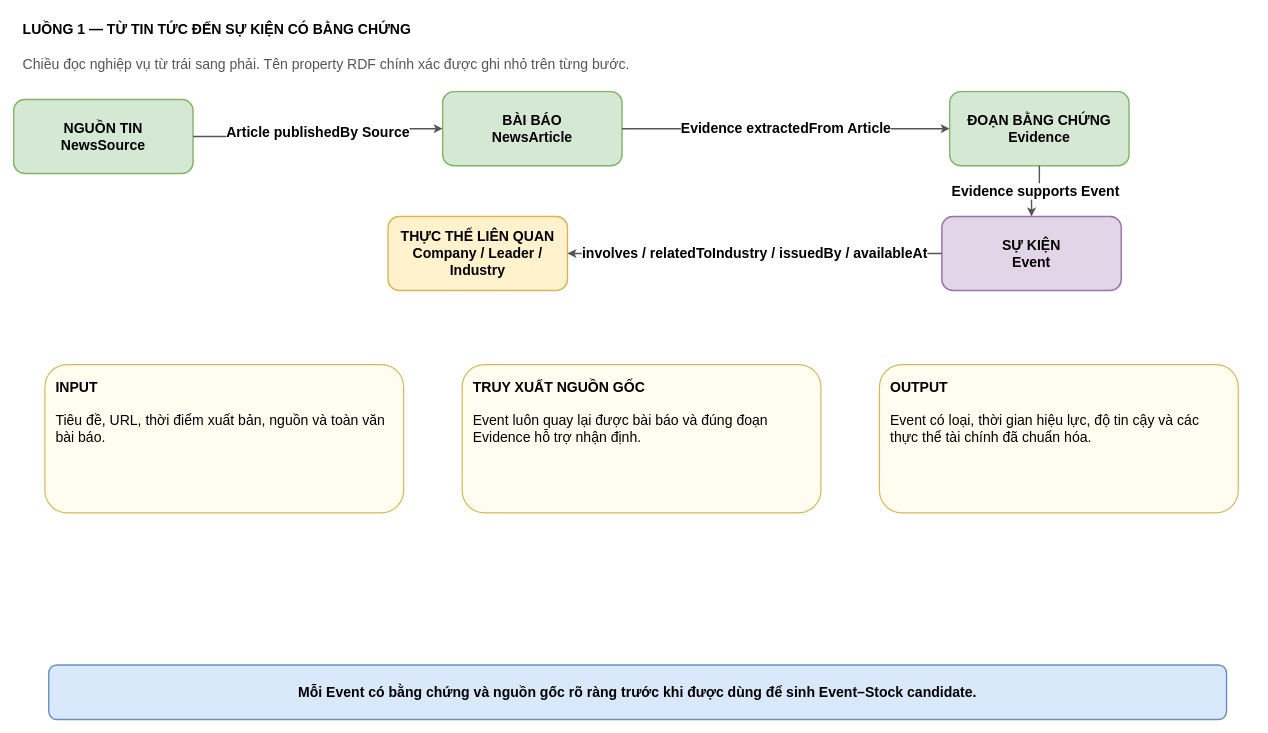
The draw.io diagram page "02-Tin tức đến sự kiện" (3 of 7) of chỉnh sửa mới nhất - 01-10/master_thesis_v1_synced_01-10.drawio.xml in Lequynhlan/master_thesis_draf, before the edit. Source tidied: cells renumbered, new cells numbered last; positions are measured from the earlier drawing's top-left corner, leaving out a move shared by most shapes. Both pictures are drawn from the tidied source at 78%, with x=0, y=0 at pixel (13, 13).
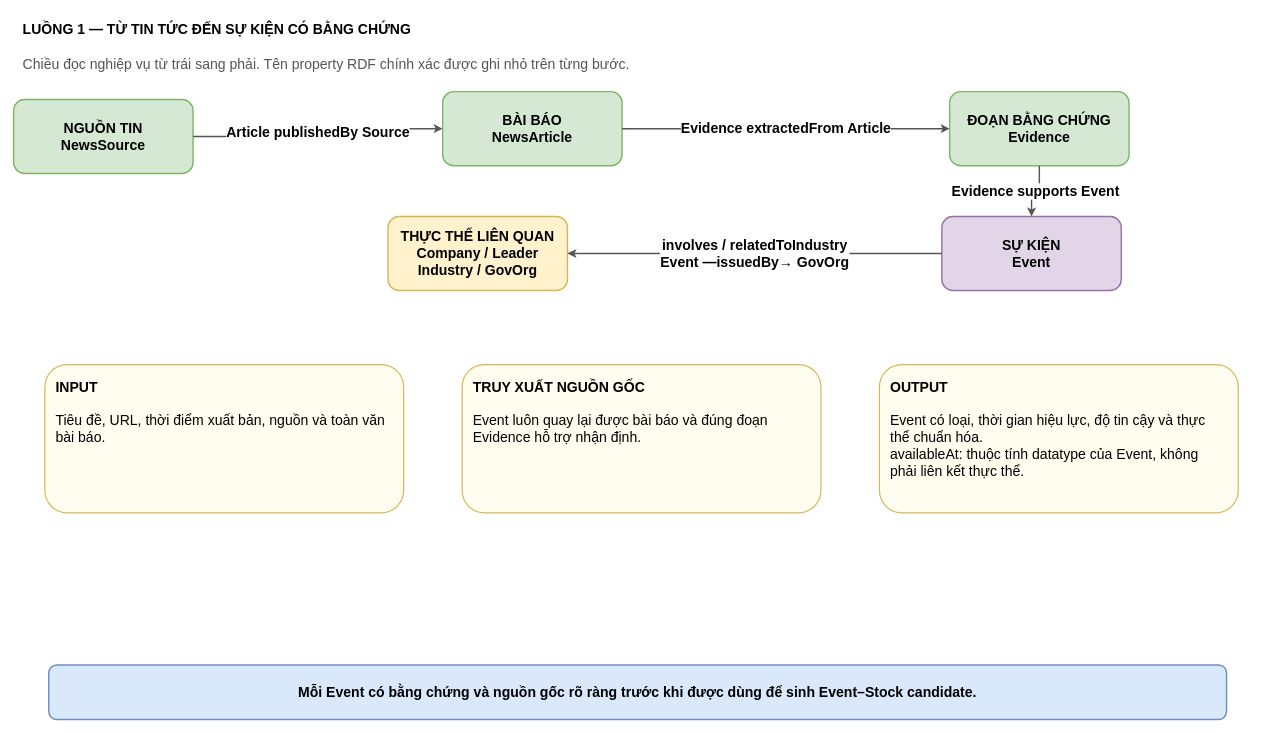
The same diagram, later.

Diff of the diagram source:
```diff
@@
 <mxGraphModel>
   <root>
     <mxCell id="0" />
     <mxCell id="1" parent="0" />
     <mxCell id="2" value="LUỒNG 1 — TỪ TIN TỨC ĐẾN SỰ KIỆN CÓ BẰNG CHỨNG" style="text;html=1;strokeColor=none;fillColor=none;align=left;verticalAlign=middle;fontSize=18;fontStyle=1;" parent="1" vertex="1">
       <mxGeometry x="10" width="1580" height="42" as="geometry" />
     </mxCell>
     <mxCell id="3" value="Chiều đọc nghiệp vụ từ trái sang phải. Tên property RDF chính xác được ghi nhỏ trên từng bước." style="text;html=1;strokeColor=none;fillColor=none;align=left;verticalAlign=top;fontSize=18;fontColor=#555555;" parent="1" vertex="1">
       <mxGeometry x="10" y="48" width="1580" height="48" as="geometry" />
     </mxCell>
     <mxCell id="4" value="NGUỒN TIN&lt;br&gt;&lt;b&gt;NewsSource&lt;/b&gt;" style="rounded=1;whiteSpace=wrap;html=1;fillColor=#d5e8d4;strokeColor=#82b366;strokeWidth=1.8;fontSize=18;fontStyle=1;" parent="1" vertex="1">
       <mxGeometry y="110" width="230" height="95" as="geometry" />
     </mxCell>
     <mxCell id="5" value="BÀI BÁO&lt;br&gt;&lt;b&gt;NewsArticle&lt;/b&gt;" style="rounded=1;whiteSpace=wrap;html=1;fillColor=#d5e8d4;strokeColor=#82b366;strokeWidth=1.8;fontSize=18;fontStyle=1;" parent="1" vertex="1">
       <mxGeometry x="550" y="100" width="230" height="95" as="geometry" />
     </mxCell>
     <mxCell id="6" value="ĐOẠN BẰNG CHỨNG&lt;br&gt;&lt;b&gt;Evidence&lt;/b&gt;" style="rounded=1;whiteSpace=wrap;html=1;fillColor=#d5e8d4;strokeColor=#82b366;strokeWidth=1.8;fontSize=18;fontStyle=1;" parent="1" vertex="1">
       <mxGeometry x="1200" y="100" width="230" height="95" as="geometry" />
     </mxCell>
     <mxCell id="7" value="SỰ KIỆN&lt;br&gt;&lt;b&gt;Event&lt;/b&gt;" style="rounded=1;whiteSpace=wrap;html=1;fillColor=#e1d5e7;strokeColor=#9673a6;strokeWidth=1.8;fontSize=18;fontStyle=1;" parent="1" vertex="1">
       <mxGeometry x="1190" y="260" width="230" height="95" as="geometry" />
     </mxCell>
-    <mxCell id="8" value="THỰC THỂ LIÊN QUAN&lt;br&gt;&lt;b&gt;Company / Leader / Industry&lt;/b&gt;" style="rounded=1;whiteSpace=wrap;html=1;fillColor=#fff2cc;strokeColor=#d6b656;strokeWidth=1.8;fontSize=18;fontStyle=1;" parent="1" vertex="1">
+    <mxCell id="8" value="THỰC THỂ LIÊN QUAN&lt;br&gt;&lt;b&gt;Company / Leader&lt;br&gt;Industry / GovOrg&lt;/b&gt;" style="rounded=1;whiteSpace=wrap;html=1;fillColor=#fff2cc;strokeColor=#d6b656;strokeWidth=1.8;fontSize=18;fontStyle=1;" parent="1" vertex="1">
       <mxGeometry x="480" y="260" width="230" height="95" as="geometry" />
     </mxCell>
     <mxCell id="9" value="Article publishedBy Source" style="edgeStyle=orthogonalEdgeStyle;rounded=0;html=1;endArrow=classic;endFill=1;strokeWidth=1.8;strokeColor=#555555;fontSize=18;fontStyle=1;labelBackgroundColor=#ffffff;" parent="1" edge="1" source="4" target="5">
       <mxGeometry relative="1" as="geometry" />
     </mxCell>
     <mxCell id="10" value="Evidence extractedFrom Article" style="edgeStyle=orthogonalEdgeStyle;rounded=0;html=1;endArrow=classic;endFill=1;strokeWidth=1.8;strokeColor=#555555;fontSize=18;fontStyle=1;labelBackgroundColor=#ffffff;" parent="1" edge="1" source="5" target="6">
       <mxGeometry relative="1" as="geometry" />
     </mxCell>
     <mxCell id="11" value="Evidence supports Event" style="edgeStyle=orthogonalEdgeStyle;rounded=0;html=1;endArrow=classic;endFill=1;strokeWidth=1.8;strokeColor=#555555;fontSize=18;fontStyle=1;labelBackgroundColor=#ffffff;" parent="1" edge="1" source="6" target="7">
       <mxGeometry relative="1" as="geometry" />
     </mxCell>
-    <mxCell id="12" value="involves / relatedToIndustry / issuedBy / availableAt" style="edgeStyle=orthogonalEdgeStyle;rounded=0;html=1;endArrow=classic;endFill=1;strokeWidth=1.8;strokeColor=#555555;fontSize=18;fontStyle=1;labelBackgroundColor=#ffffff;" parent="1" edge="1" source="7" target="8">
+    <mxCell id="12" value="involves / relatedToIndustry&lt;br&gt;Event —issuedBy→ GovOrg" style="edgeStyle=orthogonalEdgeStyle;rounded=0;html=1;endArrow=classic;endFill=1;strokeWidth=1.8;strokeColor=#555555;fontSize=18;fontStyle=1;labelBackgroundColor=#ffffff;" parent="1" edge="1" source="7" target="8">
       <mxGeometry relative="1" as="geometry" />
     </mxCell>
     <mxCell id="13" value="&lt;b&gt;INPUT&lt;/b&gt;&lt;br&gt;&lt;br&gt;Tiêu đề, URL, thời điểm xuất bản, nguồn và toàn văn bài báo." style="rounded=1;whiteSpace=wrap;html=1;align=left;verticalAlign=top;spacing=14;fillColor=#fffdf0;strokeColor=#d6b656;strokeWidth=1.5;fontSize=18;" parent="1" vertex="1">
       <mxGeometry x="40" y="450" width="460" height="190" as="geometry" />
     </mxCell>
     <mxCell id="14" value="&lt;b&gt;TRUY XUẤT NGUỒN GỐC&lt;/b&gt;&lt;br&gt;&lt;br&gt;Event luôn quay lại được bài báo và đúng đoạn Evidence hỗ trợ nhận định." style="rounded=1;whiteSpace=wrap;html=1;align=left;verticalAlign=top;spacing=14;fillColor=#fffdf0;strokeColor=#d6b656;strokeWidth=1.5;fontSize=18;" parent="1" vertex="1">
       <mxGeometry x="575" y="450" width="460" height="190" as="geometry" />
     </mxCell>
-    <mxCell id="15" value="&lt;b&gt;OUTPUT&lt;/b&gt;&lt;br&gt;&lt;br&gt;Event có loại, thời gian hiệu lực, độ tin cậy và các thực thể tài chính đã chuẩn hóa." style="rounded=1;whiteSpace=wrap;html=1;align=left;verticalAlign=top;spacing=14;fillColor=#fffdf0;strokeColor=#d6b656;strokeWidth=1.5;fontSize=18;" parent="1" vertex="1">
+    <mxCell id="15" value="&lt;b&gt;OUTPUT&lt;/b&gt;&lt;br&gt;&lt;br&gt;Event có loại, thời gian hiệu lực, độ tin cậy và thực thể chuẩn hóa.&lt;br&gt;availableAt: thuộc tính datatype của Event, không phải liên kết thực thể." style="rounded=1;whiteSpace=wrap;html=1;align=left;verticalAlign=top;spacing=14;fillColor=#fffdf0;strokeColor=#d6b656;strokeWidth=1.5;fontSize=18;" parent="1" vertex="1">
       <mxGeometry x="1110" y="450" width="460" height="190" as="geometry" />
     </mxCell>
     <mxCell id="16" value="Mỗi Event có bằng chứng và nguồn gốc rõ ràng trước khi được dùng để sinh Event–Stock candidate." style="rounded=1;whiteSpace=wrap;html=1;fillColor=#dae8fc;strokeColor=#6c8ebf;strokeWidth=1.8;fontSize=18;align=center;verticalAlign=middle;fontStyle=1;" parent="1" vertex="1">
       <mxGeometry x="45" y="835" width="1510" height="70" as="geometry" />
     </mxCell>
   </root>
 </mxGraphModel>
```
